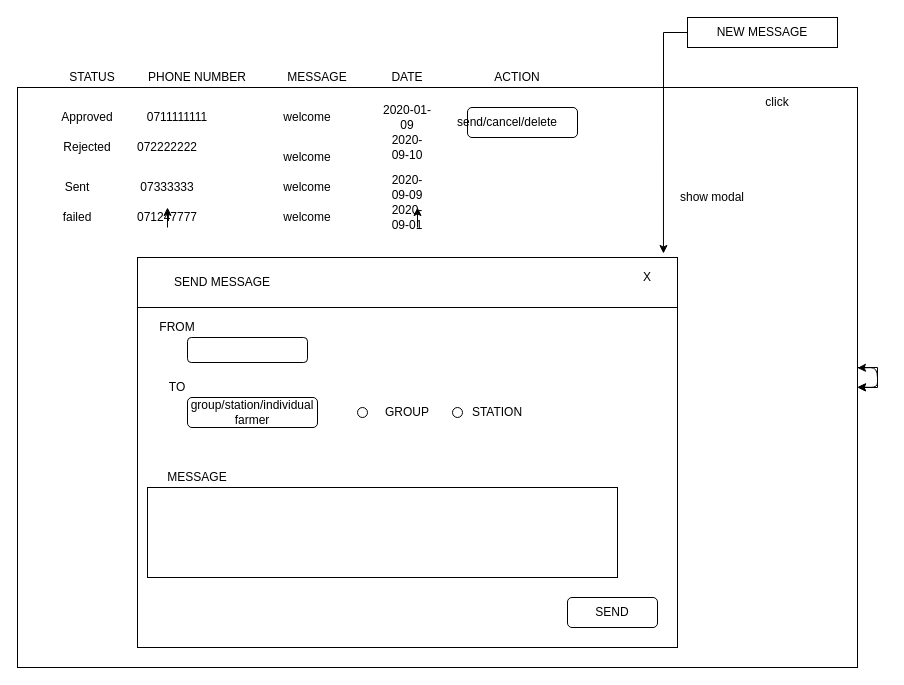
Above: Untitled Diagram.drawio in TraceyOnim/betterfarm (draw.io), before the change. Source tidied: cells renumbered, new cells numbered last; positions are measured from the earlier drawing's top-left corner, leaving out a move shared by most shapes. Both pictures are drawn from the tidied source at 100%, with x=0, y=0 at pixel (17, 17).
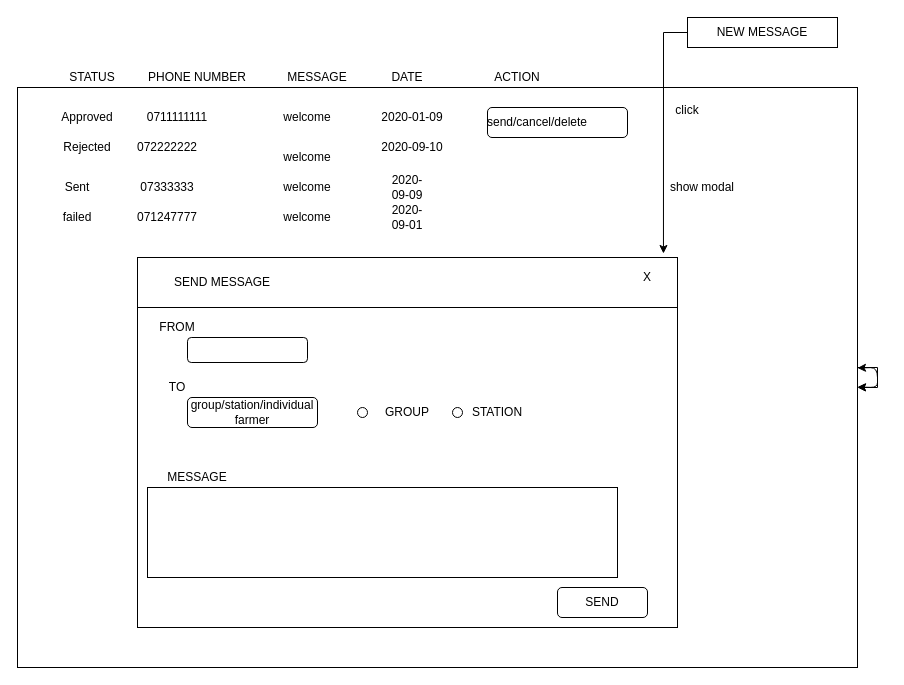
The same diagram, later.

Unchanged cells that the change refers to:
```xml
<mxCell id="44" value="071247777" style="text;html=1;strokeColor=none;fillColor=none;align=center;verticalAlign=middle;whiteSpace=wrap;rounded=0;" parent="1" vertex="1">
  <mxGeometry x="130" y="190" width="40" height="20" as="geometry" />
</mxCell>
<mxCell id="46" value="2020-09-01" style="text;html=1;strokeColor=none;fillColor=none;align=center;verticalAlign=middle;whiteSpace=wrap;rounded=0;" parent="1" vertex="1">
  <mxGeometry x="370" y="190" width="40" height="20" as="geometry" />
</mxCell>
```

Change to the diagram source:
```diff
@@
     <mxCell id="20" value="2020-01-09" style="text;html=1;strokeColor=none;fillColor=none;align=center;verticalAlign=middle;whiteSpace=wrap;rounded=0;" parent="1" vertex="1">
-      <mxGeometry x="360" y="90" width="60" height="20" as="geometry" />
+      <mxGeometry x="350" y="90" width="90" height="20" as="geometry" />
     </mxCell>
     <mxCell id="21" value="2020-09-10" style="text;html=1;strokeColor=none;fillColor=none;align=center;verticalAlign=middle;whiteSpace=wrap;rounded=0;" parent="1" vertex="1">
-      <mxGeometry x="370" y="120" width="40" height="20" as="geometry" />
+      <mxGeometry x="360" y="120" width="70" height="20" as="geometry" />
     </mxCell>
@@
     <mxCell id="23" style="rounded=1;whiteSpace=wrap;html=1;" parent="1" vertex="1">
-      <mxGeometry x="450" y="90" width="110" height="30" as="geometry" />
+      <mxGeometry x="470" y="90" width="140" height="30" as="geometry" />
     </mxCell>
     <mxCell id="24" value="send/cancel/delete" style="text;html=1;strokeColor=none;fillColor=none;align=center;verticalAlign=middle;whiteSpace=wrap;rounded=0;" parent="1" vertex="1">
-      <mxGeometry x="470" y="95" width="40" height="20" as="geometry" />
+      <mxGeometry x="500" y="95" width="40" height="20" as="geometry" />
     </mxCell>
@@
     <mxCell id="26" style="rounded=0;whiteSpace=wrap;html=1;" parent="1" vertex="1">
-      <mxGeometry x="120" y="240" width="540" height="390" as="geometry" />
+      <mxGeometry x="120" y="240" width="540" height="370" as="geometry" />
     </mxCell>
@@
     <mxCell id="40" value="SEND" style="rounded=1;whiteSpace=wrap;html=1;" parent="1" vertex="1">
-      <mxGeometry x="550" y="580" width="90" height="30" as="geometry" />
+      <mxGeometry x="540" y="570" width="90" height="30" as="geometry" />
     </mxCell>
     <mxCell id="41" value="click" style="text;html=1;strokeColor=none;fillColor=none;align=center;verticalAlign=middle;whiteSpace=wrap;rounded=0;" parent="1" vertex="1">
-      <mxGeometry x="740" y="75" width="40" height="20" as="geometry" />
+      <mxGeometry x="650" y="80" width="40" height="25" as="geometry" />
     </mxCell>
     <mxCell id="42" value="show modal" style="text;html=1;strokeColor=none;fillColor=none;align=center;verticalAlign=middle;whiteSpace=wrap;rounded=0;" parent="1" vertex="1">
-      <mxGeometry x="650" y="170" width="90" height="20" as="geometry" />
+      <mxGeometry x="640" y="160" width="90" height="20" as="geometry" />
     </mxCell>
@@
-    <mxCell id="47" style="edgeStyle=orthogonalEdgeStyle;rounded=0;orthogonalLoop=1;jettySize=auto;html=1;exitX=0.5;exitY=1;exitDx=0;exitDy=0;entryX=0.5;entryY=0;entryDx=0;entryDy=0;" parent="1" edge="1" source="44" target="44">
-      <mxGeometry relative="1" as="geometry" />
-    </mxCell>
-    <mxCell id="48" style="edgeStyle=orthogonalEdgeStyle;rounded=0;orthogonalLoop=1;jettySize=auto;html=1;exitX=0.75;exitY=1;exitDx=0;exitDy=0;entryX=0.75;entryY=0;entryDx=0;entryDy=0;" parent="1" edge="1" source="46" target="46">
-      <mxGeometry relative="1" as="geometry" />
-    </mxCell>
+    <mxCell id="49" style="edgeStyle=orthogonalEdgeStyle;rounded=0;orthogonalLoop=1;jettySize=auto;html=1;exitX=0.5;exitY=1;exitDx=0;exitDy=0;" parent="1" edge="1" source="42" target="42">
+      <mxGeometry relative="1" as="geometry" />
+    </mxCell>
```
